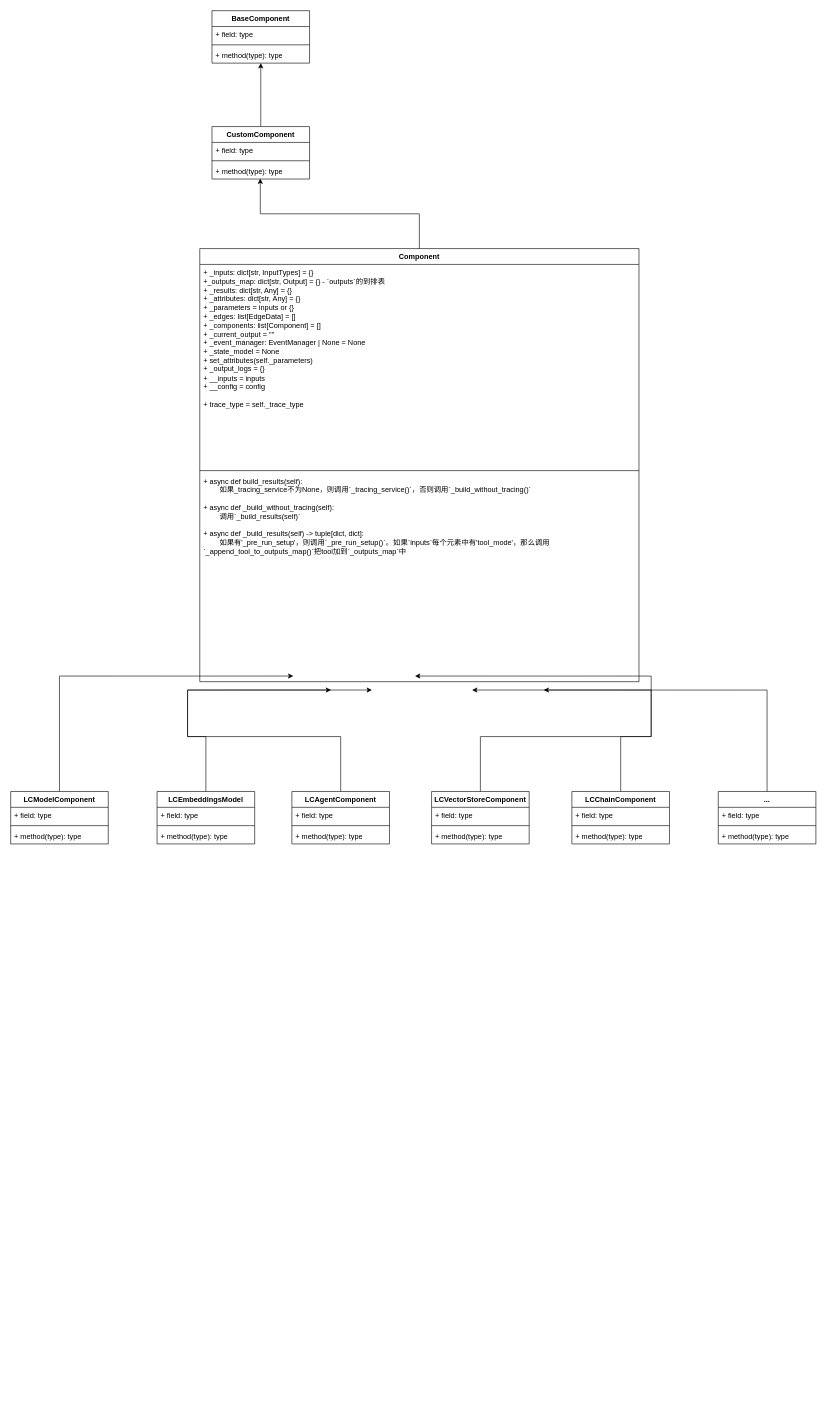
Before: page "Component" (4 of 4) of langflow_v2.drawio in ooooona/toolkits, a draw.io diagram. Source tidied: cells renumbered, new cells numbered last; positions are measured from the earlier drawing's top-left corner, leaving out a move shared by most shapes. Both pictures are drawn from the tidied source at 61%, with x=0, y=0 at pixel (10, 10).
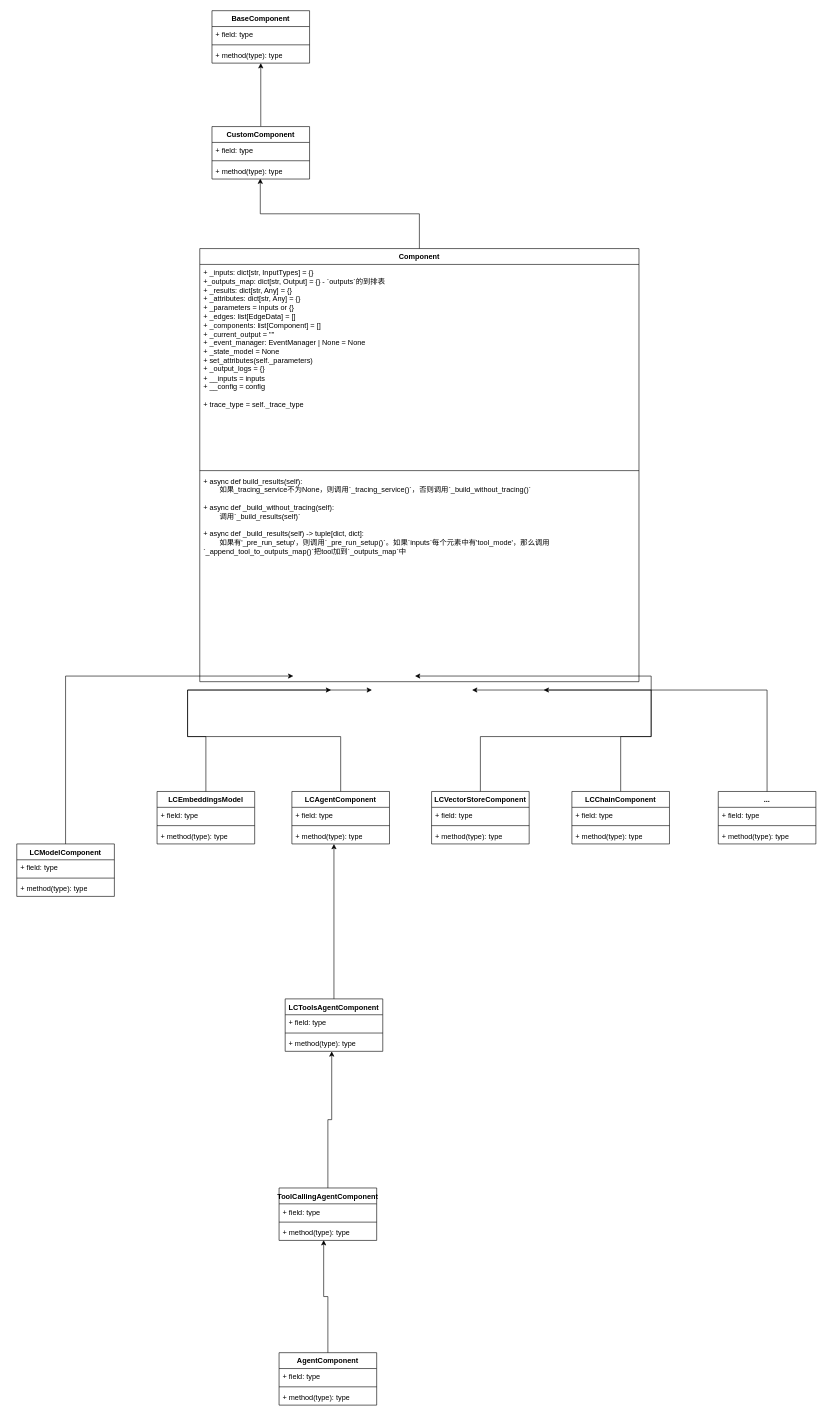
The same diagram, later.

Unchanged cells that the change refers to:
```xml
<mxCell id="26" value="+ method(type): type" style="text;strokeColor=none;fillColor=none;align=left;verticalAlign=top;spacingLeft=4;spacingRight=4;overflow=hidden;points=[[0,0.5],[1,0.5]];portConstraint=eastwest;whiteSpace=wrap;html=1;" parent="23" vertex="1">
  <mxGeometry y="60" width="160" height="26" as="geometry" />
</mxCell>
```

The edit, as a diff of the source:
```diff
@@
     <mxCell id="15" value="LCModelComponent" style="swimlane;fontStyle=1;align=center;verticalAlign=top;horizontal=1;startSize=26;whiteSpace=wrap;html=1;" parent="1" vertex="1">
-      <mxGeometry y="1280" width="160" height="86" as="geometry" />
+      <mxGeometry x="10" y="1366" width="160" height="86" as="geometry" />
     </mxCell>
@@
+    <mxCell id="46" value="LCToolsAgentComponent" style="swimlane;fontStyle=1;align=center;verticalAlign=top;horizontal=1;startSize=26;whiteSpace=wrap;html=1;" parent="1" vertex="1">
+      <mxGeometry x="450" y="1620" width="160" height="86" as="geometry" />
+    </mxCell>
+    <mxCell id="47" value="+ field: type" style="text;strokeColor=none;fillColor=none;align=left;verticalAlign=top;spacingLeft=4;spacingRight=4;overflow=hidden;whiteSpace=wrap;html=1;" parent="46" vertex="1">
+      <mxGeometry y="26" width="160" height="26" as="geometry" />
+    </mxCell>
+    <mxCell id="48" style="line;strokeWidth=1;fillColor=none;align=left;verticalAlign=middle;spacingTop=-1;spacingLeft=3;spacingRight=3;labelPosition=right;strokeColor=inherit;" parent="46" vertex="1">
+      <mxGeometry y="52" width="160" height="8" as="geometry" />
+    </mxCell>
+    <mxCell id="49" value="+ method(type): type" style="text;strokeColor=none;fillColor=none;align=left;verticalAlign=top;spacingLeft=4;spacingRight=4;overflow=hidden;points=[[0,0.5],[1,0.5]];portConstraint=eastwest;whiteSpace=wrap;html=1;" parent="46" vertex="1">
+      <mxGeometry y="60" width="160" height="26" as="geometry" />
+    </mxCell>
+    <mxCell id="50" value="ToolCallingAgentComponent" style="swimlane;fontStyle=1;align=center;verticalAlign=top;horizontal=1;startSize=26;whiteSpace=wrap;html=1;" parent="1" vertex="1">
+      <mxGeometry x="440" y="1930" width="160" height="86" as="geometry" />
+    </mxCell>
+    <mxCell id="51" value="+ field: type" style="text;strokeColor=none;fillColor=none;align=left;verticalAlign=top;spacingLeft=4;spacingRight=4;overflow=hidden;whiteSpace=wrap;html=1;" parent="50" vertex="1">
+      <mxGeometry y="26" width="160" height="26" as="geometry" />
+    </mxCell>
+    <mxCell id="52" style="line;strokeWidth=1;fillColor=none;align=left;verticalAlign=middle;spacingTop=-1;spacingLeft=3;spacingRight=3;labelPosition=right;strokeColor=inherit;" parent="50" vertex="1">
+      <mxGeometry y="52" width="160" height="8" as="geometry" />
+    </mxCell>
+    <mxCell id="53" value="+ method(type): type" style="text;strokeColor=none;fillColor=none;align=left;verticalAlign=top;spacingLeft=4;spacingRight=4;overflow=hidden;points=[[0,0.5],[1,0.5]];portConstraint=eastwest;whiteSpace=wrap;html=1;" parent="50" vertex="1">
+      <mxGeometry y="60" width="160" height="26" as="geometry" />
+    </mxCell>
+    <mxCell id="54" value="AgentComponent" style="swimlane;fontStyle=1;align=center;verticalAlign=top;horizontal=1;startSize=26;whiteSpace=wrap;html=1;" parent="1" vertex="1">
+      <mxGeometry x="440" y="2200" width="160" height="86" as="geometry" />
+    </mxCell>
+    <mxCell id="55" value="+ field: type" style="text;strokeColor=none;fillColor=none;align=left;verticalAlign=top;spacingLeft=4;spacingRight=4;overflow=hidden;whiteSpace=wrap;html=1;" parent="54" vertex="1">
+      <mxGeometry y="26" width="160" height="26" as="geometry" />
+    </mxCell>
+    <mxCell id="56" style="line;strokeWidth=1;fillColor=none;align=left;verticalAlign=middle;spacingTop=-1;spacingLeft=3;spacingRight=3;labelPosition=right;strokeColor=inherit;" parent="54" vertex="1">
+      <mxGeometry y="52" width="160" height="8" as="geometry" />
+    </mxCell>
+    <mxCell id="57" value="+ method(type): type" style="text;strokeColor=none;fillColor=none;align=left;verticalAlign=top;spacingLeft=4;spacingRight=4;overflow=hidden;whiteSpace=wrap;html=1;" parent="54" vertex="1">
+      <mxGeometry y="60" width="160" height="26" as="geometry" />
+    </mxCell>
+    <mxCell id="58" style="edgeStyle=orthogonalEdgeStyle;rounded=0;jettySize=auto;html=1;entryX=0.457;entryY=0.982;entryDx=0;entryDy=0;entryPerimeter=0;" parent="1" edge="1" source="54" target="53">
+      <mxGeometry relative="1" as="geometry" />
+    </mxCell>
+    <mxCell id="59" style="edgeStyle=orthogonalEdgeStyle;rounded=0;jettySize=auto;html=1;entryX=0.477;entryY=1.002;entryDx=0;entryDy=0;entryPerimeter=0;" parent="1" edge="1" source="50" target="49">
+      <mxGeometry relative="1" as="geometry" />
+    </mxCell>
+    <mxCell id="60" style="edgeStyle=orthogonalEdgeStyle;rounded=0;jettySize=auto;html=1;entryX=0.431;entryY=1.002;entryDx=0;entryDy=0;entryPerimeter=0;" parent="1" edge="1" source="46" target="26">
+      <mxGeometry relative="1" as="geometry" />
+    </mxCell>
```
